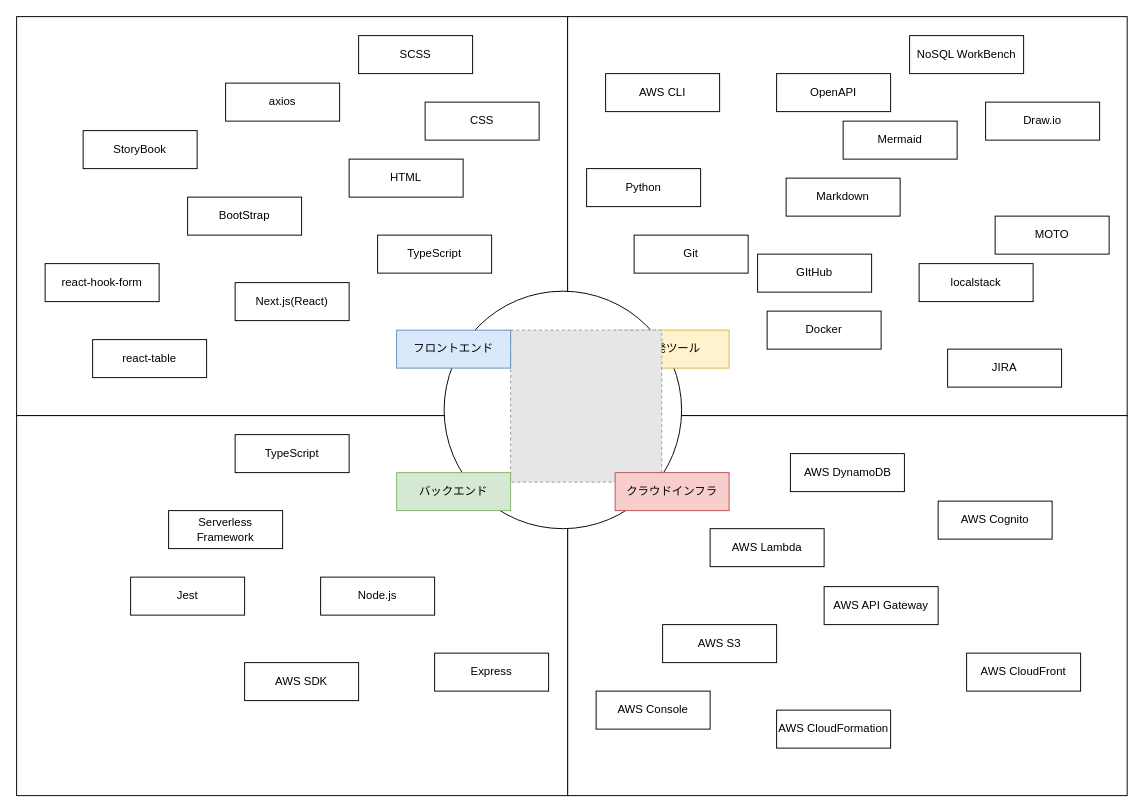
Before: spec/sub/skillset.drawio in 846846846/tech10, a draw.io diagram. Source tidied: cells renumbered, new cells numbered last; positions are measured from the earlier drawing's top-left corner, leaving out a move shared by most shapes. Both pictures are drawn from the tidied source at 95%, with x=0, y=0 at pixel (16, 16). Pictures stored in the file or linked from it are replaced by grey dashed boxes.
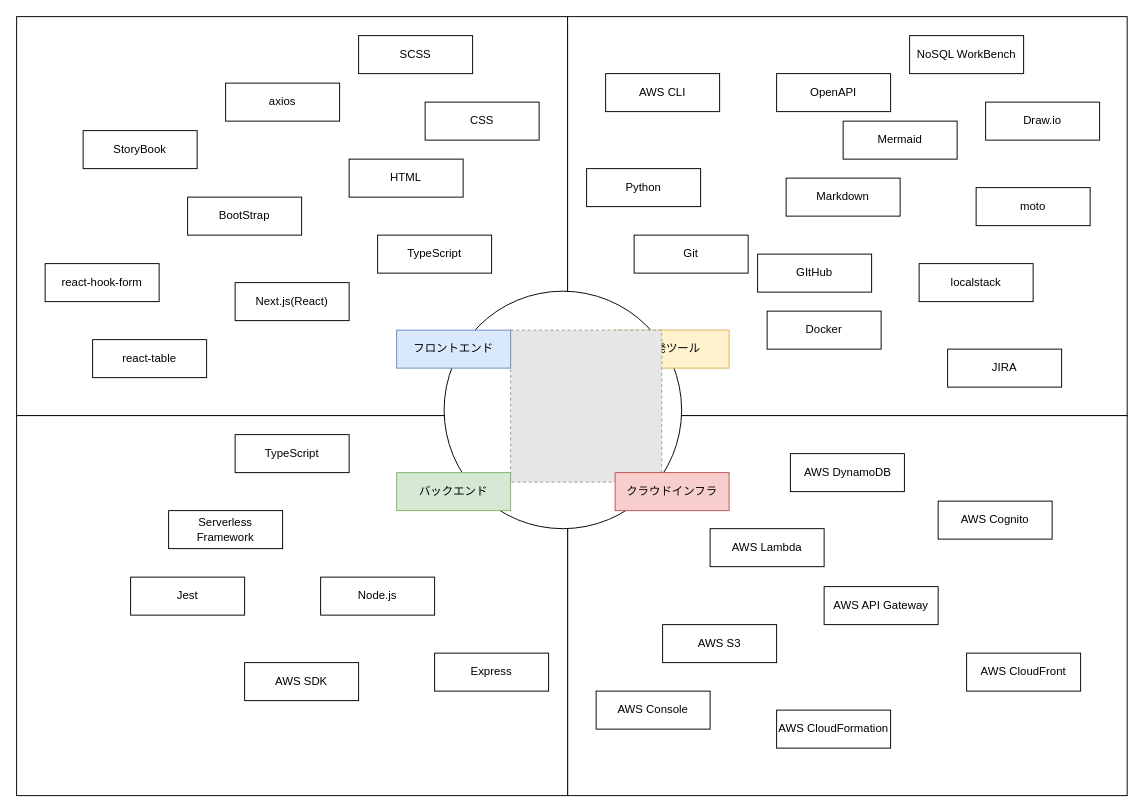
The same page after the edit.

Change to the diagram source:
```diff
@@
-    <mxCell id="33" value="MOTO" style="rounded=0;whiteSpace=wrap;html=1;strokeWidth=1;" parent="1" vertex="1">
-      <mxGeometry x="1030" y="210" width="120" height="40" as="geometry" />
+    <mxCell id="33" value="moto" style="rounded=0;whiteSpace=wrap;html=1;strokeWidth=1;" parent="1" vertex="1">
+      <mxGeometry x="1010" y="180" width="120" height="40" as="geometry" />
     </mxCell>
```
